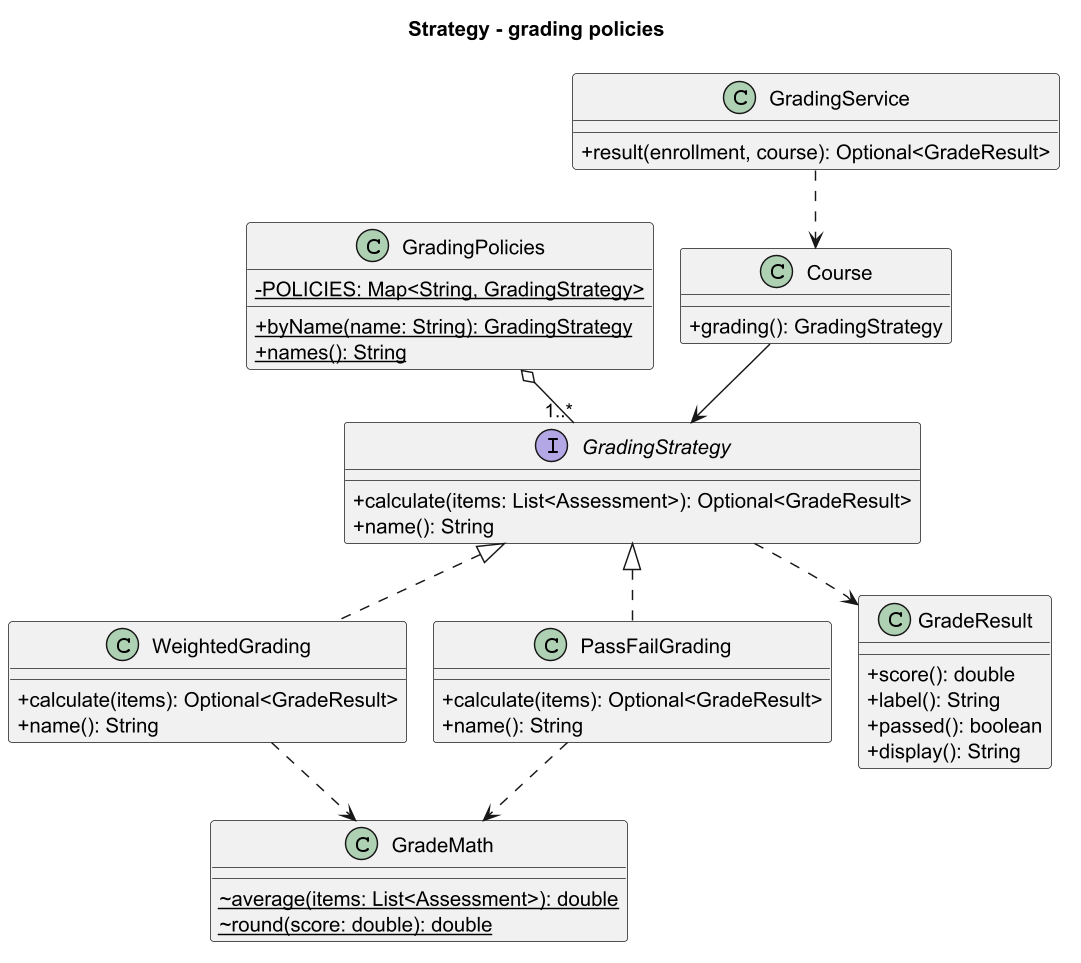
Before: docs/images/strategy.png, a diagram exported from PlantUML (Asylstyle/school-management-system).
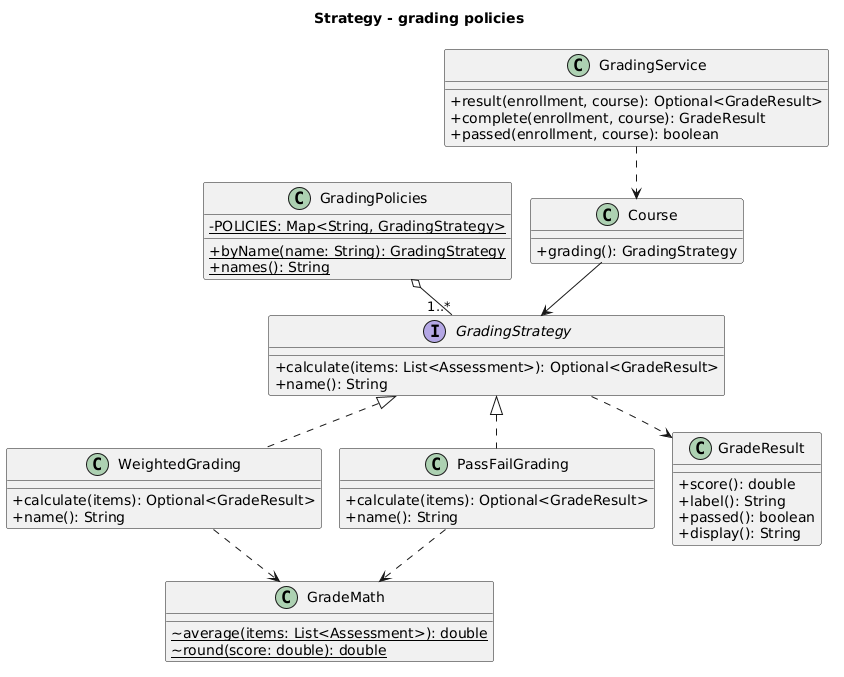
After the change.

Change to the diagram source:
```diff
@@ -1,5 +1,4 @@
-@startuml strategy
-skinparamlocked dpi 140
+@startuml
 !pragma layout smetana
 title Strategy - grading policies
 skinparam classAttributeIconSize 0
@@ -37,6 +36,8 @@
 }
 class GradingService {
   +result(enrollment, course): Optional<GradeResult>
+  +complete(enrollment, course): GradeResult
+  +passed(enrollment, course): boolean
 }
 
 GradingStrategy <|.. WeightedGrading
```
